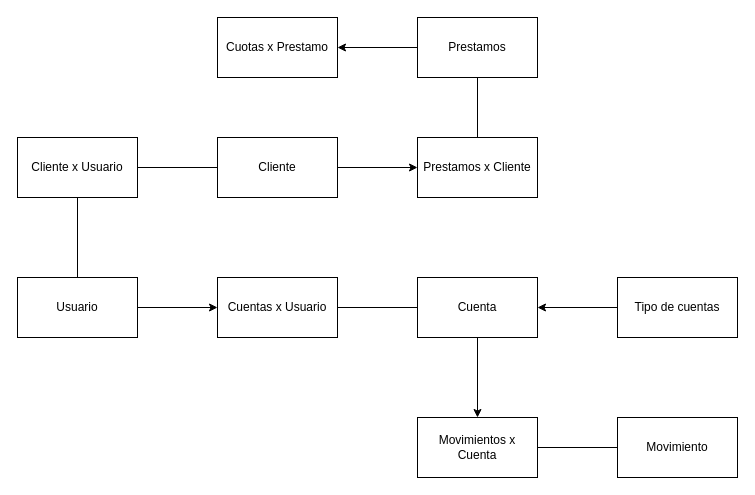
Before: Documentación/DER.drawio in AxelNegro/Banco_Laboratorio_V, a draw.io diagram. Source tidied: cells renumbered, new cells numbered last; positions are measured from the earlier drawing's top-left corner, leaving out a move shared by most shapes. Both pictures are drawn from the tidied source at 100%, with x=0, y=0 at pixel (17, 17).
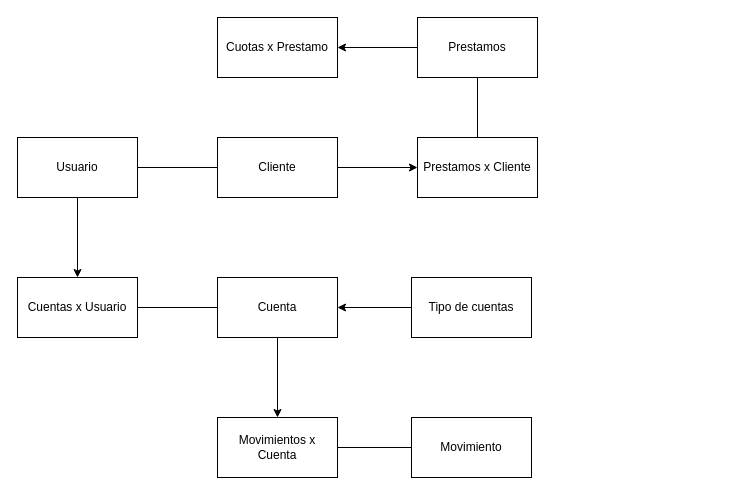
The same page after the edit.

Commit message (it also covers changes not shown here):
Actualizados DERs

The change refers to these unchanged cells:
```xml
<mxCell id="3" value="&lt;div&gt;Cliente&lt;/div&gt;" style="rounded=0;whiteSpace=wrap;html=1;" parent="1" vertex="1">
  <mxGeometry x="200" y="120" width="120" height="60" as="geometry" />
</mxCell>
```

The edit, as a diff of the source:
```diff
@@
     <mxCell id="9" value="&lt;div&gt;Cuenta&lt;br&gt;&lt;/div&gt;" style="rounded=0;whiteSpace=wrap;html=1;" parent="1" vertex="1">
-      <mxGeometry x="400" y="260" width="120" height="60" as="geometry" />
+      <mxGeometry x="200" y="260" width="120" height="60" as="geometry" />
     </mxCell>
     <mxCell id="10" value="Cuentas x Usuario" style="rounded=0;whiteSpace=wrap;html=1;" parent="1" vertex="1">
-      <mxGeometry x="200" y="260" width="120" height="60" as="geometry" />
+      <mxGeometry y="260" width="120" height="60" as="geometry" />
     </mxCell>
@@
     <mxCell id="12" value="Tipo de cuentas" style="rounded=0;whiteSpace=wrap;html=1;" parent="1" vertex="1">
-      <mxGeometry x="600" y="260" width="120" height="60" as="geometry" />
+      <mxGeometry x="394" y="260" width="120" height="60" as="geometry" />
     </mxCell>
-    <mxCell id="13" value="Cliente x Usuario" style="rounded=0;whiteSpace=wrap;html=1;" parent="1" vertex="1">
-      <mxGeometry y="120" width="120" height="60" as="geometry" />
-    </mxCell>
@@
     <mxCell id="15" value="&lt;div&gt;Usuario&lt;/div&gt;" style="rounded=0;whiteSpace=wrap;html=1;" parent="1" vertex="1">
-      <mxGeometry y="260" width="120" height="60" as="geometry" />
+      <mxGeometry y="120" width="120" height="60" as="geometry" />
     </mxCell>
     <mxCell id="16" value="Movimientos x Cuenta" style="rounded=0;whiteSpace=wrap;html=1;" parent="1" vertex="1">
-      <mxGeometry x="400" y="400" width="120" height="60" as="geometry" />
+      <mxGeometry x="200" y="400" width="120" height="60" as="geometry" />
     </mxCell>
     <mxCell id="17" value="&lt;div&gt;Movimiento&lt;/div&gt;" style="rounded=0;whiteSpace=wrap;html=1;" parent="1" vertex="1">
-      <mxGeometry x="600" y="400" width="120" height="60" as="geometry" />
+      <mxGeometry x="394" y="400" width="120" height="60" as="geometry" />
     </mxCell>
@@
-    <mxCell id="19" style="endArrow=none;html=1;exitX=1;exitY=0.5;exitDx=0;exitDy=0;entryX=0;entryY=0.5;entryDx=0;entryDy=0;" parent="1" edge="1" source="13" target="3">
-      <mxGeometry relative="1" as="geometry" />
+    <mxCell id="19" style="endArrow=none;html=1;exitX=1;exitY=0.5;exitDx=0;exitDy=0;entryX=0;entryY=0.5;entryDx=0;entryDy=0;" parent="1" edge="1" target="3">
+      <mxGeometry relative="1" as="geometry">
+        <mxPoint x="120" y="150" as="sourcePoint" />
+      </mxGeometry>
     </mxCell>
-    <mxCell id="20" style="endArrow=none;html=1;exitX=0.5;exitY=1;exitDx=0;exitDy=0;entryX=0.5;entryY=0;entryDx=0;entryDy=0;" parent="1" edge="1" source="13" target="15">
-      <mxGeometry relative="1" as="geometry" />
-    </mxCell>
@@
-    <mxCell id="22" style="endArrow=none;html=1;entryX=0;entryY=0.5;entryDx=0;entryDy=0;" parent="1" edge="1" target="17">
-      <mxGeometry relative="1" as="geometry">
-        <mxPoint x="520" y="430" as="sourcePoint" />
-      </mxGeometry>
+    <mxCell id="22" style="endArrow=none;html=1;entryX=0;entryY=0.5;entryDx=0;entryDy=0;exitX=1;exitY=0.5;exitDx=0;exitDy=0;" parent="1" edge="1" source="16" target="17">
+      <mxGeometry relative="1" as="geometry" />
     </mxCell>
```
